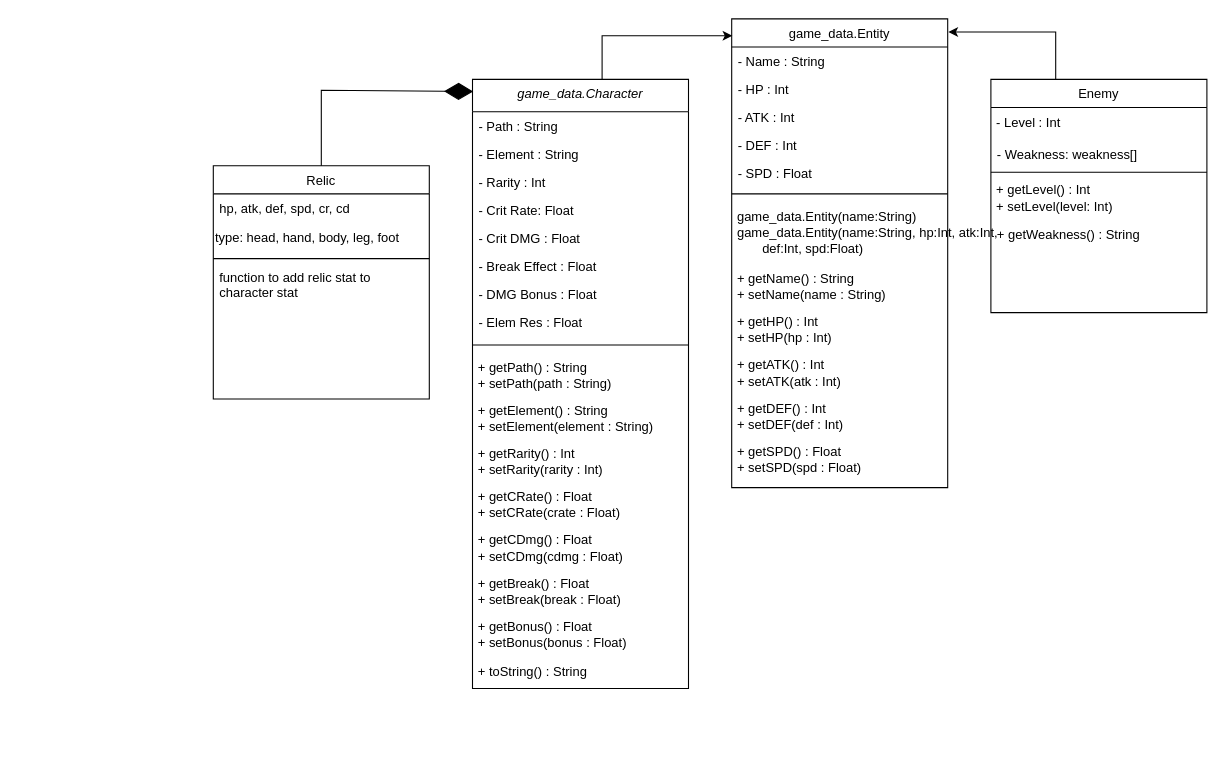
This is HSR UML.drawio from YourfriendTutu/HSR_Dmg_Calc, a draw.io file, before an edit. Source tidied: cells renumbered, new cells numbered last; positions are measured from the earlier drawing's top-left corner, leaving out a move shared by most shapes. Both pictures are drawn from the tidied source at 108%, with x=0, y=0 at pixel (213, 18).
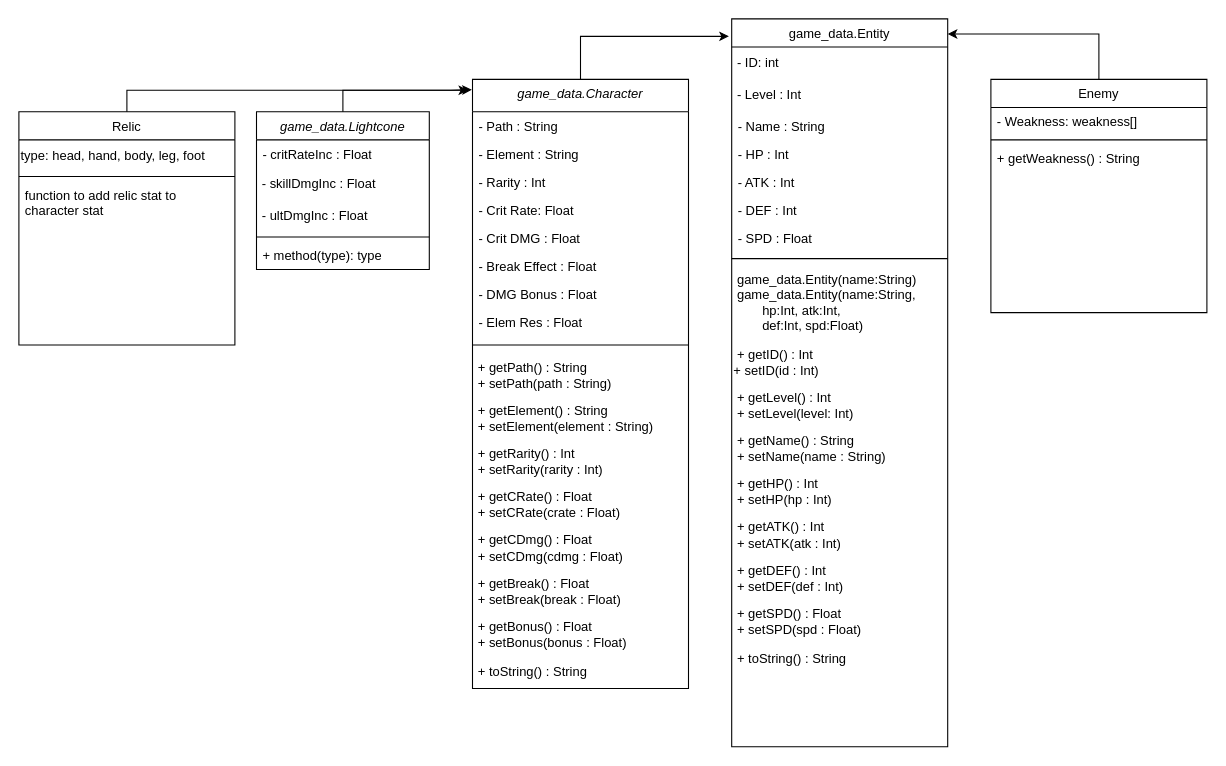
Above is the later version.

Unchanged cells that the change refers to:
```xml
<mxCell id="2" value="game_data.Character" style="swimlane;fontStyle=2;align=center;verticalAlign=top;horizontal=1;startSize=30;rounded=0;shadow=0;strokeWidth=1;" parent="1" vertex="1">
  <mxGeometry x="240" y="56" width="200" height="564" as="geometry" />
</mxCell>
<mxCell id="33" value="Enemy" style="swimlane;fontStyle=0;align=center;verticalAlign=top;horizontal=1;startSize=26;rounded=0;shadow=0;strokeWidth=1;" parent="1" vertex="1">
  <mxGeometry x="720" y="56" width="200" height="216" as="geometry" />
</mxCell>
```

Change to the diagram source:
```diff
@@
     <mxCell id="20" value="game_data.Entity" style="swimlane;fontStyle=0;align=center;verticalAlign=top;horizontal=1;startSize=26;rounded=0;shadow=0;strokeWidth=1;" parent="1" vertex="1">
-      <mxGeometry x="480" width="200" height="434" as="geometry" />
+      <mxGeometry x="480" width="200" height="674" as="geometry" />
     </mxCell>
+    <mxCell id="47" value="&amp;nbsp;- ID: int" style="text;html=1;align=left;verticalAlign=middle;strokeColor=none;fillColor=none;" parent="20" vertex="1">
+      <mxGeometry y="26" width="200" height="30" as="geometry" />
+    </mxCell>
+    <mxCell id="34" value="&amp;nbsp;- Level : Int" style="text;html=1;align=left;verticalAlign=middle;strokeColor=none;fillColor=none;" parent="20" vertex="1">
+      <mxGeometry y="56" width="200" height="30" as="geometry" />
+    </mxCell>
     <mxCell id="21" value="- Name : String" style="text;align=left;verticalAlign=top;spacingLeft=4;spacingRight=4;overflow=hidden;rounded=0;shadow=0;html=0;" parent="20" vertex="1">
-      <mxGeometry y="26" width="200" height="26" as="geometry" />
+      <mxGeometry y="86" width="200" height="26" as="geometry" />
     </mxCell>
     <mxCell id="22" value="- HP : Int" style="text;align=left;verticalAlign=top;spacingLeft=4;spacingRight=4;overflow=hidden;rounded=0;shadow=0;html=0;" parent="20" vertex="1">
-      <mxGeometry y="52" width="200" height="26" as="geometry" />
+      <mxGeometry y="112" width="200" height="26" as="geometry" />
     </mxCell>
     <mxCell id="23" value="- ATK : Int" style="text;align=left;verticalAlign=top;spacingLeft=4;spacingRight=4;overflow=hidden;rounded=0;shadow=0;html=0;" parent="20" vertex="1">
-      <mxGeometry y="78" width="200" height="26" as="geometry" />
+      <mxGeometry y="138" width="200" height="26" as="geometry" />
     </mxCell>
     <mxCell id="24" value="- DEF : Int" style="text;align=left;verticalAlign=top;spacingLeft=4;spacingRight=4;overflow=hidden;rounded=0;shadow=0;html=0;" parent="20" vertex="1">
-      <mxGeometry y="104" width="200" height="26" as="geometry" />
+      <mxGeometry y="164" width="200" height="26" as="geometry" />
     </mxCell>
     <mxCell id="25" value="- SPD : Float" style="text;align=left;verticalAlign=top;spacingLeft=4;spacingRight=4;overflow=hidden;rounded=0;shadow=0;html=0;" parent="20" vertex="1">
-      <mxGeometry y="130" width="200" height="26" as="geometry" />
+      <mxGeometry y="190" width="200" height="26" as="geometry" />
     </mxCell>
     <mxCell id="26" style="line;html=1;strokeWidth=1;align=left;verticalAlign=middle;spacingTop=-1;spacingLeft=3;spacingRight=3;labelPosition=right;" parent="20" vertex="1">
-      <mxGeometry y="156" width="200" height="12" as="geometry" />
+      <mxGeometry y="216" width="200" height="12" as="geometry" />
     </mxCell>
-    <mxCell id="27" value="&lt;div&gt;&lt;span style=&quot;background-color: transparent; color: light-dark(rgb(0, 0, 0), rgb(255, 255, 255));&quot;&gt;&amp;nbsp;game_data.Entity(name:String)&lt;/span&gt;&lt;/div&gt;&amp;nbsp;game_data.Entity(name:String, hp:Int, atk:Int,&lt;div&gt;&lt;span style=&quot;white-space: pre;&quot;&gt;&#9;&lt;/span&gt;def:Int, spd:Float)&lt;/div&gt;" style="text;html=1;align=left;verticalAlign=middle;strokeColor=none;fillColor=none;" parent="20" vertex="1">
-      <mxGeometry y="168" width="200" height="60" as="geometry" />
+    <mxCell id="27" value="&lt;div&gt;&lt;span style=&quot;background-color: transparent; color: light-dark(rgb(0, 0, 0), rgb(255, 255, 255));&quot;&gt;&amp;nbsp;game_data.Entity(name:String)&lt;/span&gt;&lt;/div&gt;&amp;nbsp;game_data.Entity(name:String,&amp;nbsp;&lt;div&gt;&lt;span style=&quot;white-space: pre;&quot;&gt;&#9;&lt;/span&gt;hp:Int, atk:Int,&lt;div&gt;&lt;span style=&quot;white-space: pre;&quot;&gt;&#9;&lt;/span&gt;def:Int, spd:Float)&lt;/div&gt;&lt;/div&gt;" style="text;html=1;align=left;verticalAlign=middle;strokeColor=none;fillColor=none;" parent="20" vertex="1">
+      <mxGeometry y="228" width="200" height="70" as="geometry" />
     </mxCell>
+    <mxCell id="48" value="&amp;nbsp;+ getID() : Int&lt;div&gt;+ setID(id : Int)&lt;/div&gt;" style="text;html=1;align=left;verticalAlign=middle;strokeColor=none;fillColor=none;" parent="20" vertex="1">
+      <mxGeometry y="298" width="200" height="40" as="geometry" />
+    </mxCell>
+    <mxCell id="37" value="&amp;nbsp;+ getLevel() : Int&lt;div&gt;&amp;nbsp;+ setLevel(level: Int)&lt;/div&gt;" style="text;html=1;align=left;verticalAlign=middle;strokeColor=none;fillColor=none;" parent="20" vertex="1">
+      <mxGeometry y="338" width="200" height="40" as="geometry" />
+    </mxCell>
     <mxCell id="28" value="&amp;nbsp;+ getName() : String&lt;div&gt;&lt;div&gt;&amp;nbsp;+ setName(name : String)&lt;/div&gt;&lt;/div&gt;" style="text;html=1;align=left;verticalAlign=middle;strokeColor=none;fillColor=none;" parent="20" vertex="1">
-      <mxGeometry y="228" width="200" height="40" as="geometry" />
+      <mxGeometry y="378" width="200" height="40" as="geometry" />
     </mxCell>
     <mxCell id="29" value="&lt;div&gt;&amp;nbsp;+ getHP() : Int&lt;/div&gt;&lt;div&gt;&amp;nbsp;+ setHP(hp : Int)&lt;/div&gt;" style="text;html=1;align=left;verticalAlign=middle;strokeColor=none;fillColor=none;" parent="20" vertex="1">
-      <mxGeometry y="268" width="200" height="40" as="geometry" />
+      <mxGeometry y="418" width="200" height="40" as="geometry" />
     </mxCell>
     <mxCell id="30" value="&lt;div&gt;&amp;nbsp;+ getATK() : Int&lt;/div&gt;&lt;div&gt;&amp;nbsp;+ setATK(atk : Int)&lt;/div&gt;" style="text;html=1;align=left;verticalAlign=middle;strokeColor=none;fillColor=none;" parent="20" vertex="1">
-      <mxGeometry y="308" width="200" height="40" as="geometry" />
+      <mxGeometry y="458" width="200" height="40" as="geometry" />
     </mxCell>
     <mxCell id="31" value="&lt;div&gt;&amp;nbsp;+ getDEF() : Int&lt;/div&gt;&lt;div&gt;&amp;nbsp;+ setDEF(def : Int)&lt;/div&gt;" style="text;html=1;align=left;verticalAlign=middle;strokeColor=none;fillColor=none;" parent="20" vertex="1">
-      <mxGeometry y="348" width="200" height="40" as="geometry" />
+      <mxGeometry y="498" width="200" height="40" as="geometry" />
     </mxCell>
     <mxCell id="32" value="&lt;div&gt;&amp;nbsp;+ getSPD() : Float&lt;/div&gt;&lt;div&gt;&amp;nbsp;+ setSPD(spd : Float)&lt;/div&gt;" style="text;html=1;align=left;verticalAlign=middle;strokeColor=none;fillColor=none;" parent="20" vertex="1">
-      <mxGeometry y="388" width="200" height="40" as="geometry" />
+      <mxGeometry y="538" width="200" height="40" as="geometry" />
     </mxCell>
+    <mxCell id="49" value="&amp;nbsp;+ toString() : String" style="text;html=1;align=left;verticalAlign=middle;strokeColor=none;fillColor=none;" parent="20" vertex="1">
+      <mxGeometry y="578" width="200" height="30" as="geometry" />
+    </mxCell>
@@
-    <mxCell id="34" value="&amp;nbsp;- Level : Int" style="text;html=1;align=left;verticalAlign=middle;strokeColor=none;fillColor=none;" parent="33" vertex="1">
-      <mxGeometry y="26" width="200" height="30" as="geometry" />
-    </mxCell>
     <mxCell id="35" value="- Weakness: weakness[]" style="text;align=left;verticalAlign=top;spacingLeft=4;spacingRight=4;overflow=hidden;" parent="33" vertex="1">
-      <mxGeometry y="56" width="200" height="26" as="geometry" />
+      <mxGeometry y="26" width="200" height="26" as="geometry" />
     </mxCell>
     <mxCell id="36" style="line;html=1;strokeWidth=1;align=left;verticalAlign=middle;spacingTop=-1;spacingLeft=3;spacingRight=3;labelPosition=right;" parent="33" vertex="1">
-      <mxGeometry y="82" width="200" height="8" as="geometry" />
+      <mxGeometry y="52" width="200" height="8" as="geometry" />
     </mxCell>
-    <mxCell id="37" value="&amp;nbsp;+ getLevel() : Int&lt;div&gt;&amp;nbsp;+ setLevel(level: Int)&lt;/div&gt;" style="text;html=1;align=left;verticalAlign=middle;strokeColor=none;fillColor=none;" parent="33" vertex="1">
-      <mxGeometry y="90" width="200" height="40" as="geometry" />
-    </mxCell>
     <mxCell id="38" value="+ getWeakness() : String" style="text;align=left;verticalAlign=top;spacingLeft=4;spacingRight=4;overflow=hidden;" parent="33" vertex="1">
-      <mxGeometry y="130" width="200" height="26" as="geometry" />
+      <mxGeometry y="60" width="200" height="26" as="geometry" />
     </mxCell>
-    <mxCell id="39" style="edgeStyle=orthogonalEdgeStyle;rounded=0;jettySize=auto;html=1;entryX=0.003;entryY=0.036;entryDx=0;entryDy=0;entryPerimeter=0;" parent="1" edge="1" source="2" target="20">
-      <mxGeometry relative="1" as="geometry">
-        <Array as="points">
-          <mxPoint x="360" y="16" />
-        </Array>
-      </mxGeometry>
-    </mxCell>
-    <mxCell id="40" style="edgeStyle=orthogonalEdgeStyle;rounded=0;jettySize=auto;html=1;entryX=1.003;entryY=0.028;entryDx=0;entryDy=0;entryPerimeter=0;" parent="1" edge="1" source="33" target="20">
-      <mxGeometry relative="1" as="geometry">
-        <Array as="points">
-          <mxPoint x="780" y="12" />
-        </Array>
-      </mxGeometry>
-    </mxCell>
     <mxCell id="41" value="Relic" style="swimlane;fontStyle=0;align=center;verticalAlign=top;horizontal=1;startSize=26;rounded=0;shadow=0;strokeWidth=1;" parent="1" vertex="1">
-      <mxGeometry y="136" width="200" height="216" as="geometry" />
+      <mxGeometry x="-180" y="86" width="200" height="216" as="geometry" />
     </mxCell>
-    <mxCell id="42" value="hp, atk, def, spd, cr, cd" style="text;align=left;verticalAlign=top;spacingLeft=4;spacingRight=4;overflow=hidden;" parent="41" vertex="1">
-      <mxGeometry y="26" width="200" height="26" as="geometry" />
-    </mxCell>
     <mxCell id="43" value="type: head, hand, body, leg, foot" style="text;html=1;align=left;verticalAlign=middle;strokeColor=none;fillColor=none;" parent="41" vertex="1">
-      <mxGeometry y="52" width="200" height="30" as="geometry" />
+      <mxGeometry y="26" width="200" height="30" as="geometry" />
     </mxCell>
     <mxCell id="44" style="line;html=1;strokeWidth=1;align=left;verticalAlign=middle;spacingTop=-1;spacingLeft=3;spacingRight=3;labelPosition=right;" parent="41" vertex="1">
-      <mxGeometry y="82" width="200" height="8" as="geometry" />
+      <mxGeometry y="56" width="200" height="8" as="geometry" />
     </mxCell>
     <mxCell id="45" value="function to add relic stat to &#10;character stat" style="text;align=left;verticalAlign=top;spacingLeft=4;spacingRight=4;overflow=hidden;" parent="41" vertex="1">
-      <mxGeometry y="90" width="200" height="40" as="geometry" />
+      <mxGeometry y="64" width="200" height="40" as="geometry" />
     </mxCell>
+    <mxCell id="50" value="&lt;span style=&quot;font-weight: normal;&quot;&gt;&lt;i&gt;game_data.Lightcone&lt;/i&gt;&lt;/span&gt;" style="swimlane;fontStyle=1;align=center;verticalAlign=top;horizontal=1;startSize=26;whiteSpace=wrap;html=1;" parent="1" vertex="1">
+      <mxGeometry x="40" y="86" width="160" height="146" as="geometry" />
+    </mxCell>
+    <mxCell id="51" value="- critRateInc : Float" style="text;strokeColor=none;fillColor=none;align=left;verticalAlign=top;spacingLeft=4;spacingRight=4;overflow=hidden;whiteSpace=wrap;html=1;" parent="50" vertex="1">
+      <mxGeometry y="26" width="160" height="26" as="geometry" />
+    </mxCell>
+    <mxCell id="52" value="&amp;nbsp;- skillDmgInc : Float" style="text;html=1;align=left;verticalAlign=middle;strokeColor=none;fillColor=none;" parent="50" vertex="1">
+      <mxGeometry y="52" width="160" height="30" as="geometry" />
+    </mxCell>
+    <mxCell id="53" value="&amp;nbsp;- ultDmgInc : Float" style="text;html=1;align=left;verticalAlign=middle;strokeColor=none;fillColor=none;" parent="50" vertex="1">
+      <mxGeometry y="82" width="160" height="30" as="geometry" />
+    </mxCell>
+    <mxCell id="54" style="line;strokeWidth=1;fillColor=none;align=left;verticalAlign=middle;spacingTop=-1;spacingLeft=3;spacingRight=3;labelPosition=right;strokeColor=inherit;" parent="50" vertex="1">
+      <mxGeometry y="112" width="160" height="8" as="geometry" />
+    </mxCell>
+    <mxCell id="55" value="+ method(type): type" style="text;strokeColor=none;fillColor=none;align=left;verticalAlign=top;spacingLeft=4;spacingRight=4;overflow=hidden;whiteSpace=wrap;html=1;" parent="50" vertex="1">
+      <mxGeometry y="120" width="160" height="26" as="geometry" />
+    </mxCell>
+    <mxCell id="56" style="edgeStyle=orthogonalEdgeStyle;rounded=0;jettySize=auto;html=1;exitX=0.5;exitY=0;exitDx=0;exitDy=0;entryX=-0.003;entryY=0.017;entryDx=0;entryDy=0;entryPerimeter=0;" parent="1" edge="1" source="50" target="2">
+      <mxGeometry relative="1" as="geometry" />
+    </mxCell>
+    <mxCell id="39" style="edgeStyle=orthogonalEdgeStyle;rounded=0;jettySize=auto;html=1;exitX=0.5;exitY=0;exitDx=0;exitDy=0;entryX=-0.013;entryY=0.024;entryDx=0;entryDy=0;entryPerimeter=0;" parent="1" edge="1" source="2" target="20">
+      <mxGeometry relative="1" as="geometry" />
+    </mxCell>
+    <mxCell id="57" style="edgeStyle=orthogonalEdgeStyle;rounded=0;jettySize=auto;html=1;exitX=0.5;exitY=0;exitDx=0;exitDy=0;" parent="1" edge="1" source="33">
+      <mxGeometry relative="1" as="geometry">
+        <mxPoint x="680" y="14" as="targetPoint" />
+        <Array as="points">
+          <mxPoint x="820" y="14" />
+        </Array>
+      </mxGeometry>
+    </mxCell>
-    <mxCell id="46" style="endArrow=diamondThin;endFill=1;endSize=24;html=1;rounded=0;exitX=0.5;exitY=0;exitDx=0;exitDy=0;entryX=0.003;entryY=0.02;entryDx=0;entryDy=0;entryPerimeter=0;" parent="1" edge="1" source="41" target="2">
-      <mxGeometry relative="1" as="geometry">
-        <Array as="points">
-          <mxPoint x="100" y="66" />
-        </Array>
-      </mxGeometry>
+    <mxCell id="46" style="edgeStyle=orthogonalEdgeStyle;rounded=0;jettySize=auto;html=1;exitX=0.5;exitY=0;exitDx=0;exitDy=0;entryX=-0.02;entryY=0.018;entryDx=0;entryDy=0;entryPerimeter=0;" parent="1" edge="1" source="41" target="2">
+      <mxGeometry relative="1" as="geometry" />
     </mxCell>
```
